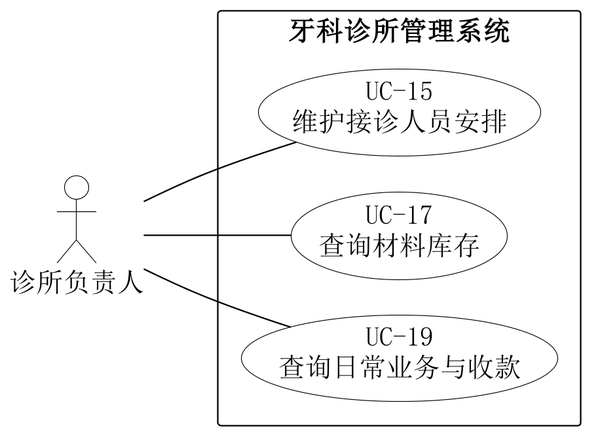
Shawmc-creator/systemAnalyseAndDesign keeps this PlantUML diagram as 01-需求文档/diagrams/07-system-manager.png. Above is the earlier version.
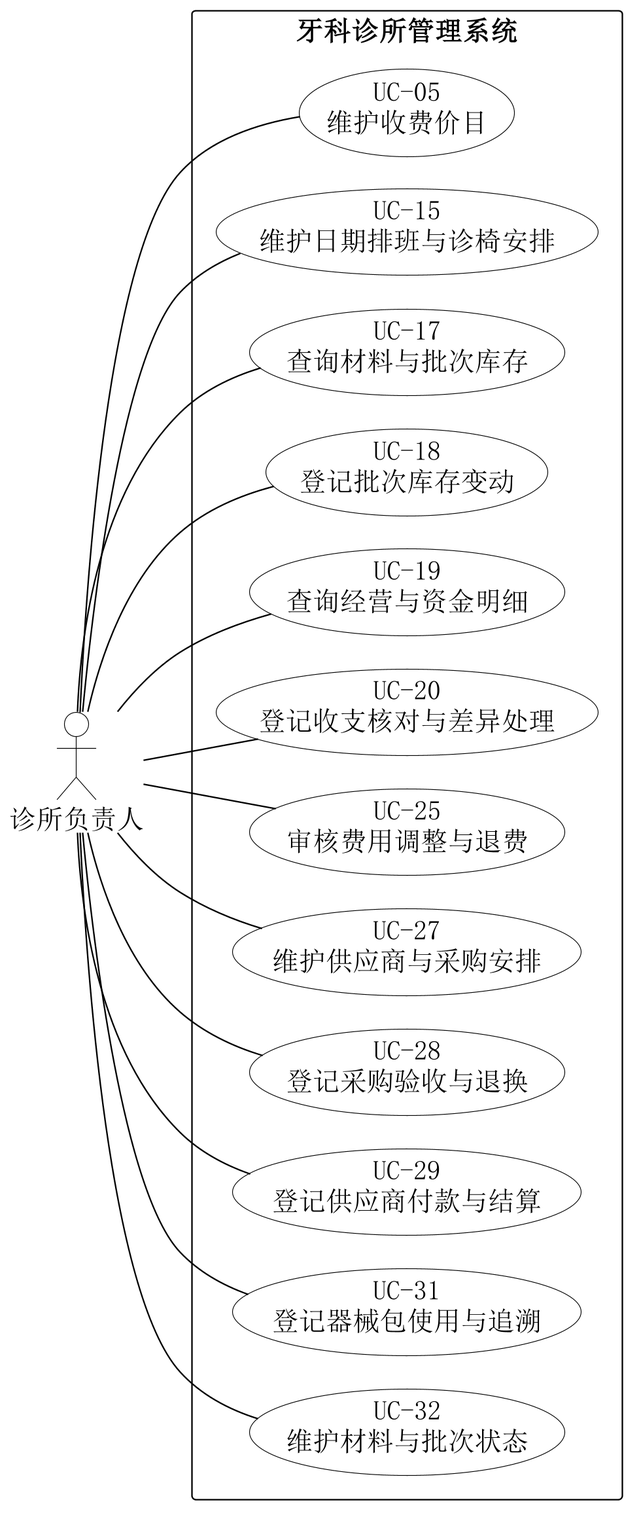
The same diagram one commit later.

The edit, as a diff of the source:
```diff
@@ -5,8 +5,8 @@
 skinparam defaultFontSize 18
 skinparam dpi 220
 skinparam ArrowColor black
-skinparam nodesep 24
-skinparam ranksep 65
+skinparam nodesep 22
+skinparam ranksep 48
 skinparam actor {
  BorderColor black
  BackgroundColor white
@@ -22,14 +22,41 @@
 left to right direction
 actor "诊所负责人" as A
 rectangle "牙科诊所管理系统" {
- usecase "UC-15\n维护接诊人员安排" as U15
- usecase "UC-17\n查询材料库存" as U17
- usecase "UC-19\n查询日常业务与收款" as U19
+ usecase "UC-05\n维护收费价目" as U5
+ usecase "UC-15\n维护日期排班与诊椅安排" as U15
+ usecase "UC-17\n查询材料与批次库存" as U17
+ usecase "UC-18\n登记批次库存变动" as U18
+ usecase "UC-19\n查询经营与资金明细" as U19
+ usecase "UC-20\n登记收支核对与差异处理" as U20
+ usecase "UC-25\n审核费用调整与退费" as U25
+ usecase "UC-27\n维护供应商与采购安排" as U27
+ usecase "UC-28\n登记采购验收与退换" as U28
+ usecase "UC-29\n登记供应商付款与结算" as U29
+ usecase "UC-31\n登记器械包使用与追溯" as U31
+ usecase "UC-32\n维护材料与批次状态" as U32
 }
+A -- U5
 A -- U15
 A -- U17
+A -- U18
 A -- U19
-U15 -[hidden]left-> U17
-U17 -[hidden]left-> U19
+A -- U20
+A -- U25
+A -- U27
+A -- U28
+A -- U29
+A -- U31
+A -- U32
+U15 -[hidden]right-> U5
+U17 -[hidden]right-> U15
+U18 -[hidden]right-> U17
+U19 -[hidden]right-> U18
+U20 -[hidden]right-> U19
+U25 -[hidden]right-> U20
+U27 -[hidden]right-> U25
+U28 -[hidden]right-> U27
+U29 -[hidden]right-> U28
+U31 -[hidden]right-> U29
+U32 -[hidden]right-> U31
 
 @enduml
```
